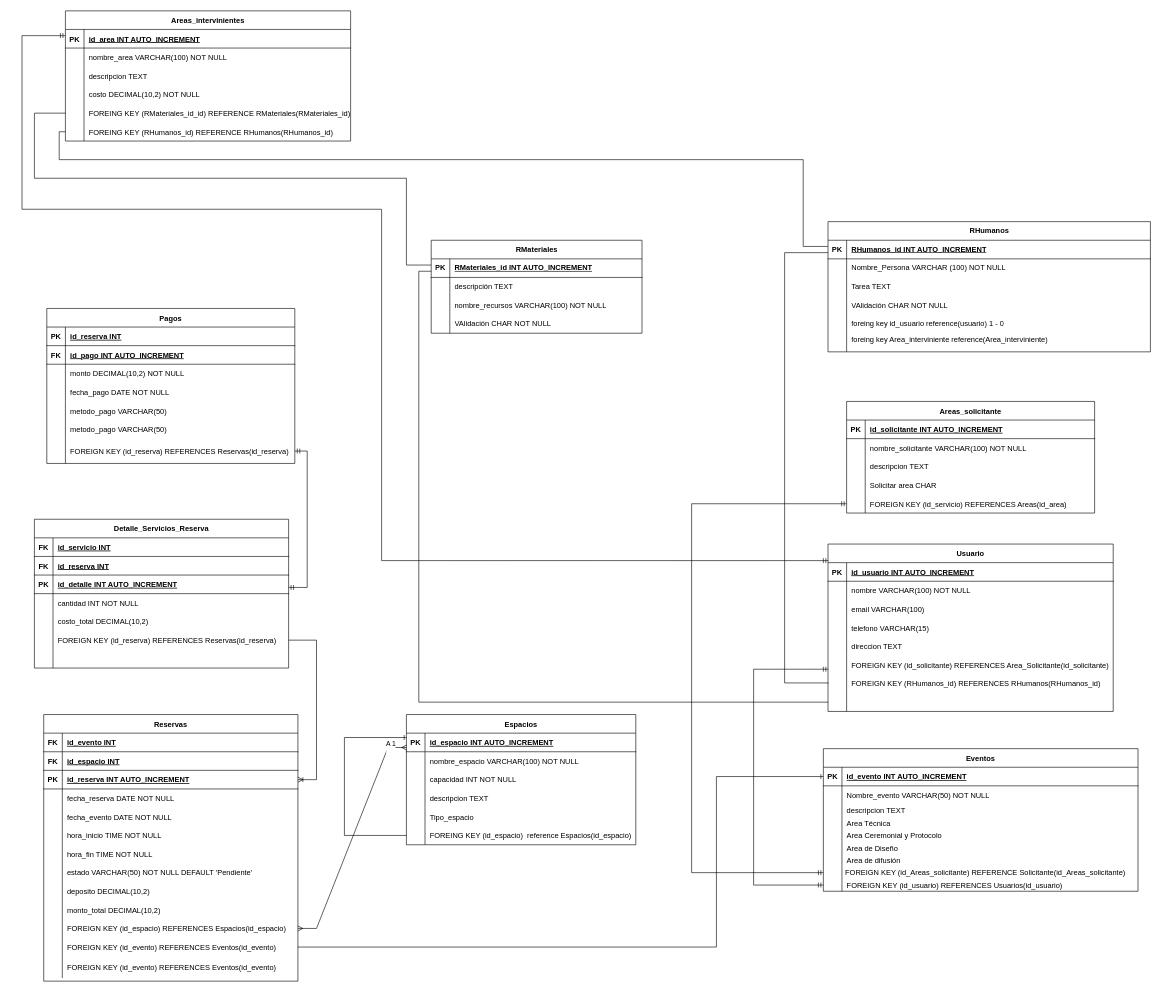
Above: Diagrama sin título.drawio in JonathanUrquiza/DER (draw.io), before the change. Source tidied: cells renumbered, new cells numbered last; positions are measured from the earlier drawing's top-left corner, leaving out a move shared by most shapes. Both pictures are drawn from the tidied source at 62%, with x=0, y=0 at pixel (22, 11).
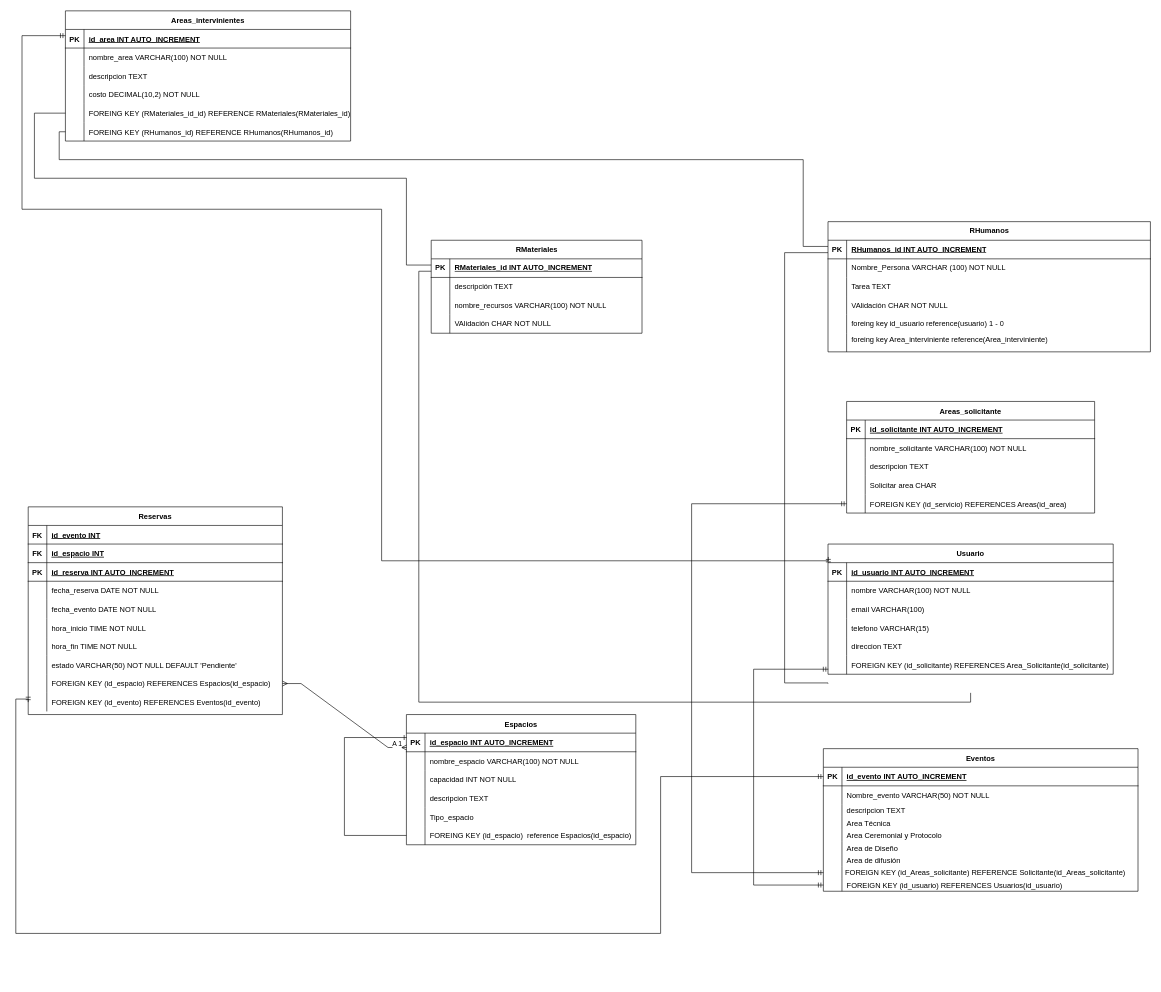
The same page after the edit.

The change refers to these unchanged cells:
```xml
<mxCell id="49" style="shape=tableRow;horizontal=0;startSize=0;swimlaneHead=0;swimlaneBody=0;fillColor=none;points=[[0,0.5],[1,0.5]];portConstraint=eastwest;strokeColor=inherit;top=0;left=0;right=0;bottom=1;" parent="48" vertex="1">
  <mxGeometry y="30" width="507.5" height="30" as="geometry" />
</mxCell>
<mxCell id="83" style="shape=tableRow;horizontal=0;startSize=0;swimlaneHead=0;swimlaneBody=0;fillColor=none;points=[[0,0.5],[1,0.5]];portConstraint=eastwest;strokeColor=inherit;top=0;left=0;right=0;bottom=1;" parent="76" vertex="1">
  <mxGeometry y="90" width="410" height="30" as="geometry" />
</mxCell>
<mxCell id="203" style="shape=tableRow;horizontal=0;startSize=0;swimlaneHead=0;swimlaneBody=0;fillColor=none;points=[[0,0.5],[1,0.5]];portConstraint=eastwest;top=0;left=0;right=0;bottom=1;" parent="202" vertex="1">
  <mxGeometry y="30" width="520" height="30" as="geometry" />
</mxCell>
<mxCell id="222" style="shape=tableRow;horizontal=0;startSize=0;swimlaneHead=0;swimlaneBody=0;fillColor=none;points=[[0,0.5],[1,0.5]];portConstraint=eastwest;top=0;left=0;right=0;bottom=1;" parent="221" vertex="1">
  <mxGeometry y="30" width="340" height="30" as="geometry" />
</mxCell>
```

Change to the diagram source:
```diff
@@
-    <mxCell id="2" style="fontSize=12;html=1;endArrow=ERmandOne;startArrow=ERmandOne;rounded=0;entryX=1;entryY=0.5;entryDx=0;entryDy=0;edgeStyle=orthogonalEdgeStyle;" parent="1" edge="1" source="164" target="135">
-      <mxGeometry relative="1" as="geometry">
-        <Array as="points">
-          <mxPoint x="460" y="930" />
-          <mxPoint x="460" y="710" />
-        </Array>
-      </mxGeometry>
-    </mxCell>
     <mxCell id="3" value="Usuario" style="shape=table;startSize=30;childLayout=tableLayout;rowLines=0;fontStyle=1;align=center;" parent="1" vertex="1">
-      <mxGeometry x="1300" y="860" width="460" height="270" as="geometry" />
+      <mxGeometry x="1300" y="860" width="460" height="210" as="geometry" />
     </mxCell>
@@
-    <mxCell id="22" style="shape=tableRow;horizontal=0;startSize=0;swimlaneHead=0;swimlaneBody=0;fillColor=none;points=[[0,0.5],[1,0.5]];portConstraint=eastwest;strokeColor=inherit;top=0;left=0;right=0;bottom=0;" parent="3" vertex="1">
-      <mxGeometry y="210" width="460" height="30" as="geometry" />
-    </mxCell>
-    <mxCell id="23" style="shape=partialRectangle;overflow=hidden;fillColor=none;strokeColor=inherit;top=0;left=0;bottom=0;right=0;" parent="22" vertex="1">
-      <mxGeometry width="30" height="30" as="geometry" />
-    </mxCell>
-    <mxCell id="24" value="FOREIGN KEY (RHumanos_id) REFERENCES RHumanos(RHumanos_id)" style="shape=partialRectangle;overflow=hidden;fillColor=none;align=left;strokeColor=inherit;top=0;left=0;bottom=0;right=0;spacingLeft=6;" parent="22" vertex="1">
-      <mxGeometry x="30" width="430" height="30" as="geometry" />
-    </mxCell>
-    <mxCell id="25" style="shape=tableRow;horizontal=0;startSize=0;swimlaneHead=0;swimlaneBody=0;fillColor=none;points=[[0,0.5],[1,0.5]];portConstraint=eastwest;strokeColor=inherit;top=0;left=0;right=0;bottom=0;" parent="3" vertex="1">
-      <mxGeometry y="240" width="460" height="30" as="geometry" />
-    </mxCell>
-    <mxCell id="26" style="shape=partialRectangle;overflow=hidden;fillColor=none;strokeColor=inherit;top=0;left=0;bottom=0;right=0;" parent="25" vertex="1">
-      <mxGeometry width="30" height="30" as="geometry" />
-    </mxCell>
-    <mxCell id="27" style="shape=partialRectangle;overflow=hidden;fillColor=none;align=left;strokeColor=inherit;top=0;left=0;bottom=0;right=0;spacingLeft=6;" parent="25" vertex="1">
-      <mxGeometry x="30" width="430" height="30" as="geometry" />
-    </mxCell>
@@
     <mxCell id="76" value="Reservas" style="shape=table;startSize=30;childLayout=tableLayout;rowLines=0;fontStyle=1;align=center;" parent="1" vertex="1">
-      <mxGeometry x="35" y="1135" width="410" height="430" as="geometry" />
+      <mxGeometry x="10" y="800" width="410" height="335" as="geometry" />
     </mxCell>
@@
-    <mxCell id="101" style="shape=tableRow;horizontal=0;startSize=0;swimlaneHead=0;swimlaneBody=0;fillColor=none;strokeColor=inherit;top=0;left=0;right=0;bottom=0;" parent="76" vertex="1">
-      <mxGeometry y="270" width="410" height="30" as="geometry" />
-    </mxCell>
-    <mxCell id="102" style="shape=partialRectangle;overflow=hidden;fillColor=none;strokeColor=inherit;top=0;left=0;bottom=0;right=0;" parent="101" vertex="1">
-      <mxGeometry width="30" height="30" as="geometry" />
-    </mxCell>
-    <mxCell id="103" value="deposito DECIMAL(10,2)" style="shape=partialRectangle;overflow=hidden;fillColor=none;align=left;strokeColor=inherit;top=0;left=0;bottom=0;right=0;spacingLeft=6;" parent="101" vertex="1">
-      <mxGeometry x="30" width="380" height="30" as="geometry" />
-    </mxCell>
-    <mxCell id="104" style="shape=tableRow;horizontal=0;startSize=0;swimlaneHead=0;swimlaneBody=0;fillColor=none;strokeColor=inherit;top=0;left=0;right=0;bottom=0;" parent="76" vertex="1">
-      <mxGeometry y="300" width="410" height="30" as="geometry" />
-    </mxCell>
-    <mxCell id="105" style="shape=partialRectangle;overflow=hidden;fillColor=none;strokeColor=inherit;top=0;left=0;bottom=0;right=0;" parent="104" vertex="1">
-      <mxGeometry width="30" height="30" as="geometry" />
-    </mxCell>
-    <mxCell id="106" value="monto_total DECIMAL(10,2)" style="shape=partialRectangle;overflow=hidden;fillColor=none;align=left;strokeColor=inherit;top=0;left=0;bottom=0;right=0;spacingLeft=6;" parent="104" vertex="1">
-      <mxGeometry x="30" width="380" height="30" as="geometry" />
-    </mxCell>
     <mxCell id="107" style="shape=tableRow;horizontal=0;startSize=0;swimlaneHead=0;swimlaneBody=0;fillColor=none;points=[[0,0.5],[1,0.5]];portConstraint=eastwest;strokeColor=inherit;top=0;left=0;right=0;bottom=0;" parent="76" vertex="1">
-      <mxGeometry y="330" width="410" height="30" as="geometry" />
+      <mxGeometry y="270" width="410" height="30" as="geometry" />
     </mxCell>
@@
     <mxCell id="110" style="shape=tableRow;horizontal=0;startSize=0;swimlaneHead=0;swimlaneBody=0;fillColor=none;points=[[0,0.5],[1,0.5]];portConstraint=eastwest;strokeColor=inherit;top=0;left=0;right=0;bottom=0;" parent="76" vertex="1">
-      <mxGeometry y="360" width="410" height="30" as="geometry" />
+      <mxGeometry y="300" width="410" height="30" as="geometry" />
     </mxCell>
@@
-    <mxCell id="113" style="shape=tableRow;horizontal=0;startSize=0;swimlaneHead=0;swimlaneBody=0;fillColor=none;strokeColor=inherit;top=0;left=0;right=0;bottom=0;" parent="76" vertex="1">
-      <mxGeometry y="390" width="410" height="35" as="geometry" />
-    </mxCell>
-    <mxCell id="114" style="shape=partialRectangle;overflow=hidden;fillColor=none;strokeColor=inherit;top=0;left=0;bottom=0;right=0;" parent="113" vertex="1">
-      <mxGeometry width="30" height="35" as="geometry" />
-    </mxCell>
-    <mxCell id="115" value="FOREIGN KEY (id_evento) REFERENCES Eventos(id_evento)" style="shape=partialRectangle;overflow=hidden;fillColor=none;align=left;strokeColor=inherit;top=0;left=0;bottom=0;right=0;spacingLeft=6;" parent="113" vertex="1">
-      <mxGeometry x="30" width="380" height="35" as="geometry" />
-    </mxCell>
-    <mxCell id="116" value="Pagos" style="shape=table;startSize=30;childLayout=tableLayout;rowLines=0;fontStyle=1;align=center;" parent="1" vertex="1">
-      <mxGeometry x="40" y="480" width="400" height="250" as="geometry" />
-    </mxCell>
-    <mxCell id="117" style="shape=tableRow;horizontal=0;startSize=0;swimlaneHead=0;swimlaneBody=0;fillColor=none;strokeColor=inherit;top=0;left=0;right=0;bottom=1;" parent="116" vertex="1">
-      <mxGeometry y="30" width="400" height="30" as="geometry" />
-    </mxCell>
-    <mxCell id="118" value="PK" style="shape=partialRectangle;overflow=hidden;fillColor=none;strokeColor=inherit;top=0;left=0;bottom=0;right=0;fontStyle=1;" parent="117" vertex="1">
-      <mxGeometry width="30" height="30" as="geometry" />
-    </mxCell>
-    <mxCell id="119" value="id_reserva INT" style="shape=partialRectangle;overflow=hidden;fillColor=none;align=left;strokeColor=inherit;top=0;left=0;bottom=0;right=0;spacingLeft=6;fontStyle=5;" parent="117" vertex="1">
-      <mxGeometry x="30" width="370" height="30" as="geometry" />
-    </mxCell>
-    <mxCell id="120" style="shape=tableRow;horizontal=0;startSize=0;swimlaneHead=0;swimlaneBody=0;fillColor=none;strokeColor=inherit;top=0;left=0;right=0;bottom=1;" parent="116" vertex="1">
-      <mxGeometry y="60" width="400" height="30" as="geometry" />
-    </mxCell>
-    <mxCell id="121" value="FK" style="shape=partialRectangle;overflow=hidden;fillColor=none;strokeColor=inherit;top=0;left=0;bottom=0;right=0;fontStyle=1;" parent="120" vertex="1">
-      <mxGeometry width="30" height="30" as="geometry" />
-    </mxCell>
-    <mxCell id="122" value="id_pago INT  AUTO_INCREMENT" style="shape=partialRectangle;overflow=hidden;fillColor=none;align=left;strokeColor=inherit;top=0;left=0;bottom=0;right=0;spacingLeft=6;fontStyle=5;" parent="120" vertex="1">
-      <mxGeometry x="30" width="370" height="30" as="geometry" />
-    </mxCell>
-    <mxCell id="123" style="shape=tableRow;horizontal=0;startSize=0;swimlaneHead=0;swimlaneBody=0;fillColor=none;strokeColor=inherit;top=0;left=0;right=0;bottom=0;" parent="116" vertex="1">
-      <mxGeometry y="90" width="400" height="30" as="geometry" />
-    </mxCell>
-    <mxCell id="124" style="shape=partialRectangle;overflow=hidden;fillColor=none;strokeColor=inherit;top=0;left=0;bottom=0;right=0;" parent="123" vertex="1">
-      <mxGeometry width="30" height="30" as="geometry" />
-    </mxCell>
-    <mxCell id="125" value="monto DECIMAL(10,2) NOT NULL" style="shape=partialRectangle;overflow=hidden;fillColor=none;align=left;strokeColor=inherit;top=0;left=0;bottom=0;right=0;spacingLeft=6;" parent="123" vertex="1">
-      <mxGeometry x="30" width="370" height="30" as="geometry" />
-    </mxCell>
-    <mxCell id="126" style="shape=tableRow;horizontal=0;startSize=0;swimlaneHead=0;swimlaneBody=0;fillColor=none;strokeColor=inherit;top=0;left=0;right=0;bottom=0;" parent="116" vertex="1">
-      <mxGeometry y="120" width="400" height="30" as="geometry" />
-    </mxCell>
-    <mxCell id="127" style="shape=partialRectangle;overflow=hidden;fillColor=none;strokeColor=inherit;top=0;left=0;bottom=0;right=0;" parent="126" vertex="1">
-      <mxGeometry width="30" height="30" as="geometry" />
-    </mxCell>
-    <mxCell id="128" value="fecha_pago DATE NOT NULL" style="shape=partialRectangle;overflow=hidden;fillColor=none;align=left;strokeColor=inherit;top=0;left=0;bottom=0;right=0;spacingLeft=6;" parent="126" vertex="1">
-      <mxGeometry x="30" width="370" height="30" as="geometry" />
-    </mxCell>
-    <mxCell id="129" style="shape=tableRow;horizontal=0;startSize=0;swimlaneHead=0;swimlaneBody=0;fillColor=none;strokeColor=inherit;top=0;left=0;right=0;bottom=0;" parent="116" vertex="1">
-      <mxGeometry y="150" width="400" height="30" as="geometry" />
-    </mxCell>
-    <mxCell id="130" style="shape=partialRectangle;overflow=hidden;fillColor=none;strokeColor=inherit;top=0;left=0;bottom=0;right=0;" parent="129" vertex="1">
-      <mxGeometry width="30" height="30" as="geometry" />
-    </mxCell>
-    <mxCell id="131" value="metodo_pago VARCHAR(50)" style="shape=partialRectangle;overflow=hidden;fillColor=none;align=left;strokeColor=inherit;top=0;left=0;bottom=0;right=0;spacingLeft=6;" parent="129" vertex="1">
-      <mxGeometry x="30" width="370" height="30" as="geometry" />
-    </mxCell>
-    <mxCell id="132" style="shape=tableRow;horizontal=0;startSize=0;swimlaneHead=0;swimlaneBody=0;fillColor=none;strokeColor=inherit;top=0;left=0;right=0;bottom=0;" parent="116" vertex="1">
-      <mxGeometry y="180" width="400" height="30" as="geometry" />
-    </mxCell>
-    <mxCell id="133" style="shape=partialRectangle;overflow=hidden;fillColor=none;strokeColor=inherit;top=0;left=0;bottom=0;right=0;" parent="132" vertex="1">
-      <mxGeometry width="30" height="30" as="geometry" />
-    </mxCell>
-    <mxCell id="134" value="metodo_pago VARCHAR(50)" style="shape=partialRectangle;overflow=hidden;fillColor=none;align=left;strokeColor=inherit;top=0;left=0;bottom=0;right=0;spacingLeft=6;" parent="132" vertex="1">
-      <mxGeometry x="30" width="370" height="30" as="geometry" />
-    </mxCell>
-    <mxCell id="135" style="shape=tableRow;horizontal=0;startSize=0;swimlaneHead=0;swimlaneBody=0;fillColor=none;points=[[0,0.5],[1,0.5]];portConstraint=eastwest;strokeColor=inherit;top=0;left=0;right=0;bottom=0;" parent="116" vertex="1">
-      <mxGeometry y="210" width="400" height="40" as="geometry" />
-    </mxCell>
-    <mxCell id="136" style="shape=partialRectangle;overflow=hidden;fillColor=none;strokeColor=inherit;top=0;left=0;bottom=0;right=0;" parent="135" vertex="1">
-      <mxGeometry width="30" height="40" as="geometry" />
-    </mxCell>
-    <mxCell id="137" value="FOREIGN KEY (id_reserva) REFERENCES Reservas(id_reserva)" style="shape=partialRectangle;overflow=hidden;fillColor=none;align=left;strokeColor=inherit;top=0;left=0;bottom=0;right=0;spacingLeft=6;" parent="135" vertex="1">
-      <mxGeometry x="30" width="370" height="40" as="geometry" />
-    </mxCell>
@@
-    <mxCell id="157" value="Detalle_Servicios_Reserva" style="shape=table;startSize=30;childLayout=tableLayout;rowLines=0;fontStyle=1;align=center;" parent="1" vertex="1">
-      <mxGeometry x="20" y="820" width="410" height="240" as="geometry" />
-    </mxCell>
-    <mxCell id="158" style="shape=tableRow;horizontal=0;startSize=0;swimlaneHead=0;swimlaneBody=0;fillColor=none;strokeColor=inherit;top=0;left=0;right=0;bottom=1;" parent="157" vertex="1">
-      <mxGeometry y="30" width="410" height="30" as="geometry" />
-    </mxCell>
-    <mxCell id="159" value="FK" style="shape=partialRectangle;overflow=hidden;fillColor=none;strokeColor=inherit;top=0;left=0;bottom=0;right=0;fontStyle=1;" parent="158" vertex="1">
-      <mxGeometry width="30" height="30" as="geometry" />
-    </mxCell>
-    <mxCell id="160" value="id_servicio INT" style="shape=partialRectangle;overflow=hidden;fillColor=none;align=left;strokeColor=inherit;top=0;left=0;bottom=0;right=0;spacingLeft=6;fontStyle=5;" parent="158" vertex="1">
-      <mxGeometry x="30" width="380" height="30" as="geometry" />
-    </mxCell>
-    <mxCell id="161" style="shape=tableRow;horizontal=0;startSize=0;swimlaneHead=0;swimlaneBody=0;fillColor=none;strokeColor=inherit;top=0;left=0;right=0;bottom=1;" parent="157" vertex="1">
-      <mxGeometry y="60" width="410" height="30" as="geometry" />
-    </mxCell>
-    <mxCell id="162" value="FK" style="shape=partialRectangle;overflow=hidden;fillColor=none;strokeColor=inherit;top=0;left=0;bottom=0;right=0;fontStyle=1;" parent="161" vertex="1">
-      <mxGeometry width="30" height="30" as="geometry" />
-    </mxCell>
-    <mxCell id="163" value="id_reserva INT" style="shape=partialRectangle;overflow=hidden;fillColor=none;align=left;strokeColor=inherit;top=0;left=0;bottom=0;right=0;spacingLeft=6;fontStyle=5;" parent="161" vertex="1">
-      <mxGeometry x="30" width="380" height="30" as="geometry" />
-    </mxCell>
-    <mxCell id="164" style="shape=tableRow;horizontal=0;startSize=0;swimlaneHead=0;swimlaneBody=0;fillColor=none;points=[[0,0.5],[1,0.5]];portConstraint=eastwest;strokeColor=inherit;top=0;left=0;right=0;bottom=1;" parent="157" vertex="1">
-      <mxGeometry y="90" width="410" height="30" as="geometry" />
-    </mxCell>
-    <mxCell id="165" value="PK" style="shape=partialRectangle;overflow=hidden;fillColor=none;strokeColor=inherit;top=0;left=0;bottom=0;right=0;fontStyle=1;" parent="164" vertex="1">
-      <mxGeometry width="30" height="30" as="geometry" />
-    </mxCell>
-    <mxCell id="166" value="id_detalle INT  AUTO_INCREMENT" style="shape=partialRectangle;overflow=hidden;fillColor=none;align=left;strokeColor=inherit;top=0;left=0;bottom=0;right=0;spacingLeft=6;fontStyle=5;" parent="164" vertex="1">
-      <mxGeometry x="30" width="380" height="30" as="geometry" />
-    </mxCell>
-    <mxCell id="167" style="shape=tableRow;horizontal=0;startSize=0;swimlaneHead=0;swimlaneBody=0;fillColor=none;strokeColor=inherit;top=0;left=0;right=0;bottom=0;" parent="157" vertex="1">
-      <mxGeometry y="120" width="410" height="30" as="geometry" />
-    </mxCell>
-    <mxCell id="168" style="shape=partialRectangle;overflow=hidden;fillColor=none;strokeColor=inherit;top=0;left=0;bottom=0;right=0;" parent="167" vertex="1">
-      <mxGeometry width="30" height="30" as="geometry" />
-    </mxCell>
-    <mxCell id="169" value="cantidad INT NOT NULL" style="shape=partialRectangle;overflow=hidden;fillColor=none;align=left;strokeColor=inherit;top=0;left=0;bottom=0;right=0;spacingLeft=6;" parent="167" vertex="1">
-      <mxGeometry x="30" width="380" height="30" as="geometry" />
-    </mxCell>
-    <mxCell id="170" style="shape=tableRow;horizontal=0;startSize=0;swimlaneHead=0;swimlaneBody=0;fillColor=none;strokeColor=inherit;top=0;left=0;right=0;bottom=0;" parent="157" vertex="1">
-      <mxGeometry y="150" width="410" height="30" as="geometry" />
-    </mxCell>
-    <mxCell id="171" style="shape=partialRectangle;overflow=hidden;fillColor=none;strokeColor=inherit;top=0;left=0;bottom=0;right=0;" parent="170" vertex="1">
-      <mxGeometry width="30" height="30" as="geometry" />
-    </mxCell>
-    <mxCell id="172" value="costo_total DECIMAL(10,2)" style="shape=partialRectangle;overflow=hidden;fillColor=none;align=left;strokeColor=inherit;top=0;left=0;bottom=0;right=0;spacingLeft=6;" parent="170" vertex="1">
-      <mxGeometry x="30" width="380" height="30" as="geometry" />
-    </mxCell>
-    <mxCell id="173" style="shape=tableRow;horizontal=0;startSize=0;swimlaneHead=0;swimlaneBody=0;fillColor=none;points=[[0,0.5],[1,0.5]];portConstraint=eastwest;strokeColor=inherit;top=0;left=0;right=0;bottom=0;" parent="157" vertex="1">
-      <mxGeometry y="180" width="410" height="30" as="geometry" />
-    </mxCell>
-    <mxCell id="174" style="shape=partialRectangle;overflow=hidden;fillColor=none;strokeColor=inherit;top=0;left=0;bottom=0;right=0;" parent="173" vertex="1">
-      <mxGeometry width="30" height="30" as="geometry" />
-    </mxCell>
-    <mxCell id="175" value="FOREIGN KEY (id_reserva) REFERENCES Reservas(id_reserva)" style="shape=partialRectangle;overflow=hidden;fillColor=none;align=left;strokeColor=inherit;top=0;left=0;bottom=0;right=0;spacingLeft=6;" parent="173" vertex="1">
-      <mxGeometry x="30" width="380" height="30" as="geometry" />
-    </mxCell>
-    <mxCell id="176" style="shape=tableRow;horizontal=0;startSize=0;swimlaneHead=0;swimlaneBody=0;fillColor=none;strokeColor=inherit;top=0;left=0;right=0;bottom=0;" parent="157" vertex="1">
-      <mxGeometry y="210" width="410" height="30" as="geometry" />
-    </mxCell>
-    <mxCell id="177" style="shape=partialRectangle;overflow=hidden;fillColor=none;strokeColor=inherit;top=0;left=0;bottom=0;right=0;" parent="176" vertex="1">
-      <mxGeometry width="30" height="30" as="geometry" />
-    </mxCell>
-    <mxCell id="178" style="shape=partialRectangle;overflow=hidden;fillColor=none;align=left;strokeColor=inherit;top=0;left=0;bottom=0;right=0;spacingLeft=6;" parent="176" vertex="1">
-      <mxGeometry x="30" width="380" height="30" as="geometry" />
-    </mxCell>
-    <mxCell id="179" style="edgeStyle=elbowEdgeStyle;fontSize=12;html=1;endArrow=ERone;endFill=1;rounded=0;" parent="1" edge="1" source="110" target="49">
-      <mxGeometry relative="1" as="geometry">
-        <Array as="points">
-          <mxPoint x="1120" y="1380" />
-        </Array>
-      </mxGeometry>
-    </mxCell>
@@
-    <mxCell id="182" style="edgeStyle=entityRelationEdgeStyle;fontSize=12;html=1;endArrow=ERoneToMany;rounded=0;exitX=1;exitY=0.5;exitDx=0;exitDy=0;" parent="1" edge="1" source="173" target="83">
-      <mxGeometry relative="1" as="geometry">
-        <Array as="points">
-          <mxPoint x="760" y="1390" />
-          <mxPoint x="200" y="944" />
-          <mxPoint x="770" y="1410" />
-          <mxPoint x="740" y="1510" />
-          <mxPoint x="710" y="1510" />
-        </Array>
-      </mxGeometry>
-    </mxCell>
@@
-    <mxCell id="239" style="endArrow=none;html=1;rounded=0;edgeStyle=orthogonalEdgeStyle;exitX=0;exitY=0.5;exitDx=0;exitDy=0;" parent="1" edge="1" source="22" target="203">
+    <mxCell id="239" style="endArrow=none;html=1;rounded=0;edgeStyle=orthogonalEdgeStyle;exitX=0;exitY=0.5;exitDx=0;exitDy=0;" parent="1" edge="1" target="203">
       <mxGeometry relative="1" as="geometry">
+        <mxPoint x="1300" y="1085" as="sourcePoint" />
         <Array as="points">
           <mxPoint x="1300" y="1084" />
           <mxPoint x="1230" y="1084" />
           <mxPoint x="1230" y="390" />
         </Array>
       </mxGeometry>
     </mxCell>
-    <mxCell id="240" style="endArrow=none;html=1;rounded=0;edgeStyle=orthogonalEdgeStyle;startArrow=none;startFill=0;" parent="1" edge="1" source="25" target="222">
+    <mxCell id="240" style="endArrow=none;html=1;rounded=0;edgeStyle=orthogonalEdgeStyle;startArrow=none;startFill=0;" parent="1" edge="1" target="222">
       <mxGeometry relative="1" as="geometry">
+        <mxPoint x="1530" y="1100" as="sourcePoint" />
         <Array as="points">
           <mxPoint x="640" y="1115" />
           <mxPoint x="640" y="420" />
         </Array>
       </mxGeometry>
     </mxCell>
+    <mxCell id="241" style="edgeStyle=orthogonalEdgeStyle;fontSize=12;html=1;endArrow=ERmandOne;startArrow=ERmandOne;rounded=0;strokeWidth=1;entryX=0;entryY=0.5;entryDx=0;entryDy=0;exitX=0;exitY=0.5;exitDx=0;exitDy=0;" parent="1" edge="1" source="49" target="110">
+      <mxGeometry relative="1" as="geometry">
+        <Array as="points">
+          <mxPoint x="1030" y="1235" />
+          <mxPoint x="1030" y="1488" />
+          <mxPoint x="-10" y="1488" />
+          <mxPoint x="-10" y="1110" />
+          <mxPoint x="10" y="1110" />
+        </Array>
+      </mxGeometry>
+    </mxCell>
```
